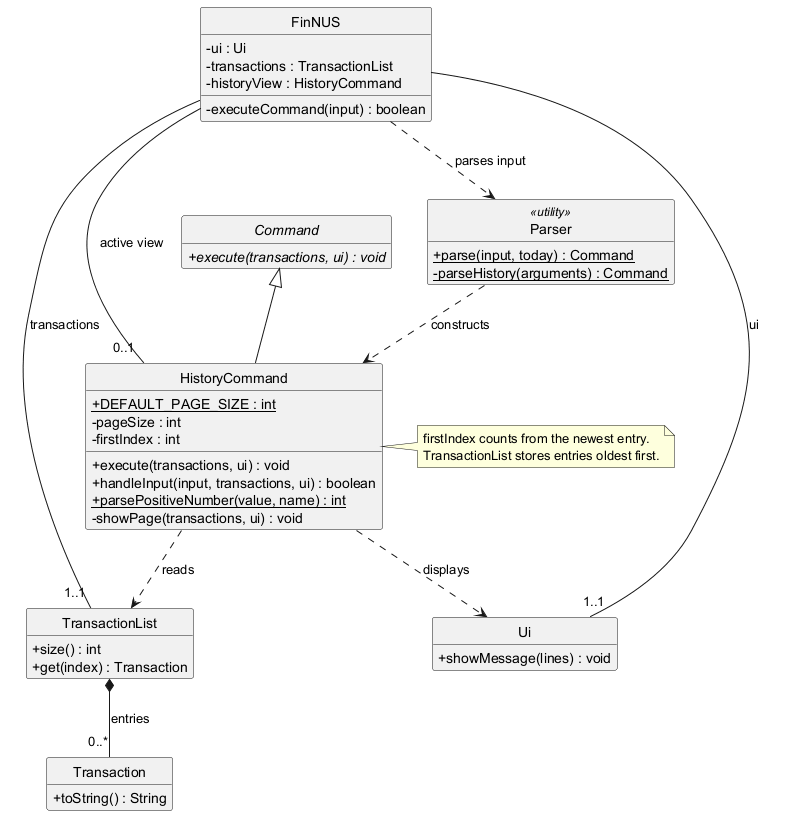
Above: docs/images/HistoryClassDiagram.png in AY2627S1-CS2113-W13-2/tp (PlantUML), before the change.
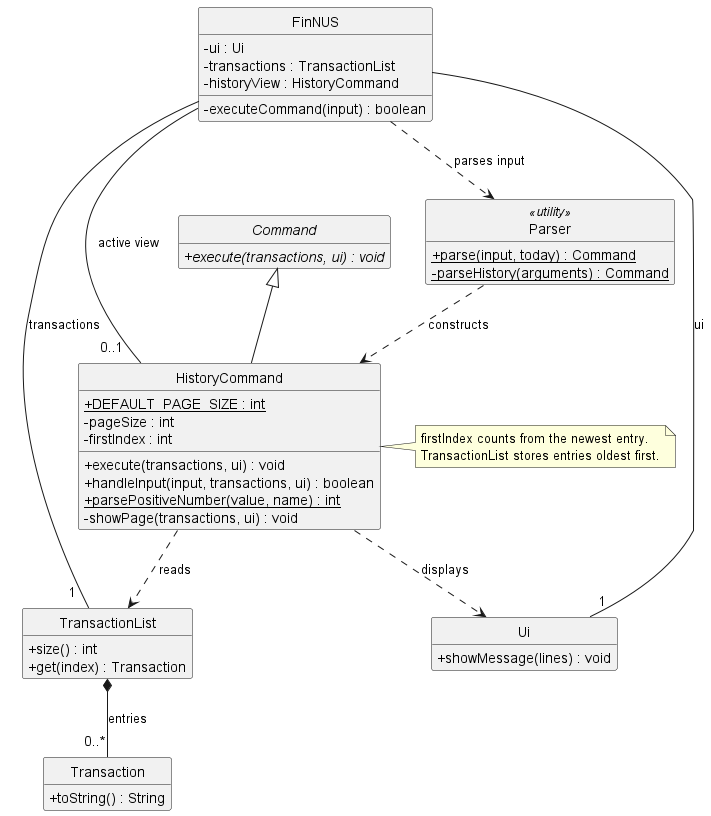
The same diagram one commit later.

Change to the diagram source:
```diff
@@ -44,9 +44,9 @@
 }
 
 Command <|-- HistoryCommand
-FinNUS -- "1..1" Ui : ui
-FinNUS -- "1..1" TransactionList : transactions
-FinNUS -- "0..1" HistoryCommand : active view
+FinNUS -- "1" Ui : ui
+FinNUS -- "1  " TransactionList : transactions
+FinNUS -- "0..1  " HistoryCommand : active view
 FinNUS ..> Parser : parses input
 Parser ..> HistoryCommand : constructs
 HistoryCommand ..> TransactionList : reads
```
